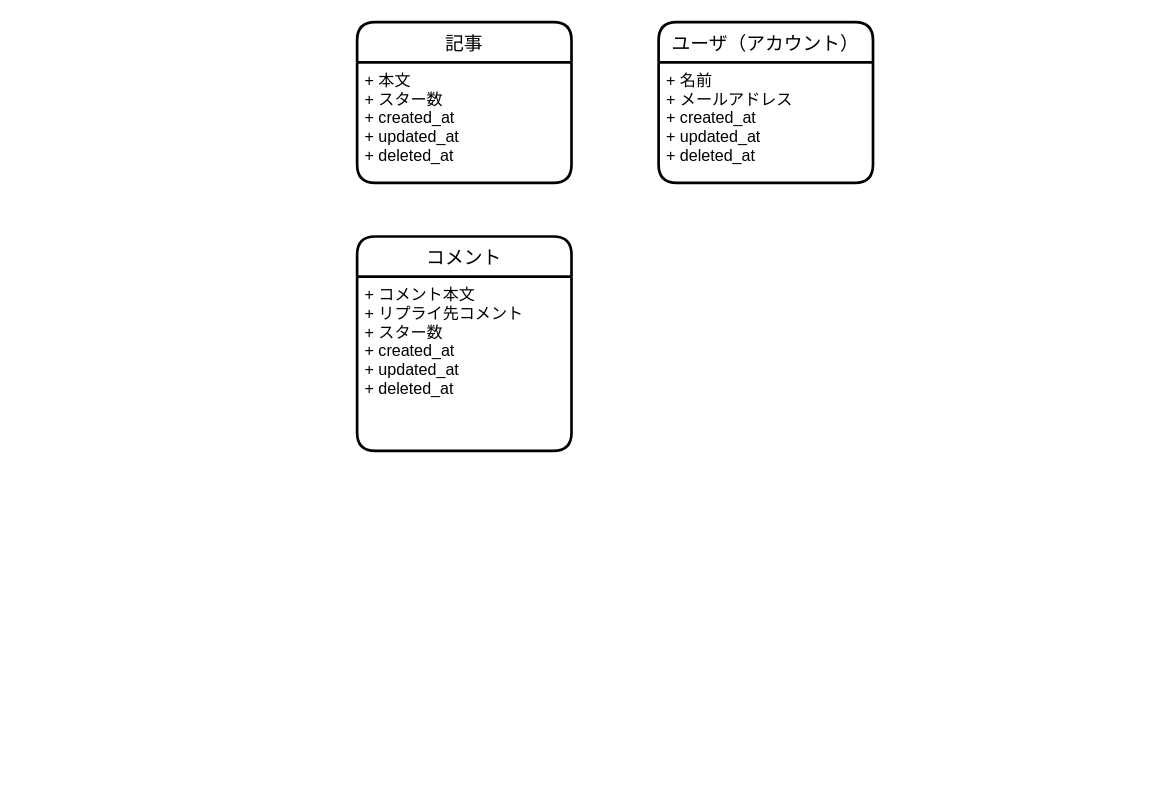
The draw.io diagram page "ページ2" (2 of 2) of docs/ER_diagram.drawio in maguroguma/mablog, before the edit. Source tidied: cells renumbered, new cells numbered last; positions are measured from the earlier drawing's top-left corner, leaving out a move shared by most shapes. Both pictures are drawn from the tidied source at 134%, with x=0, y=0 at pixel (356, 21).
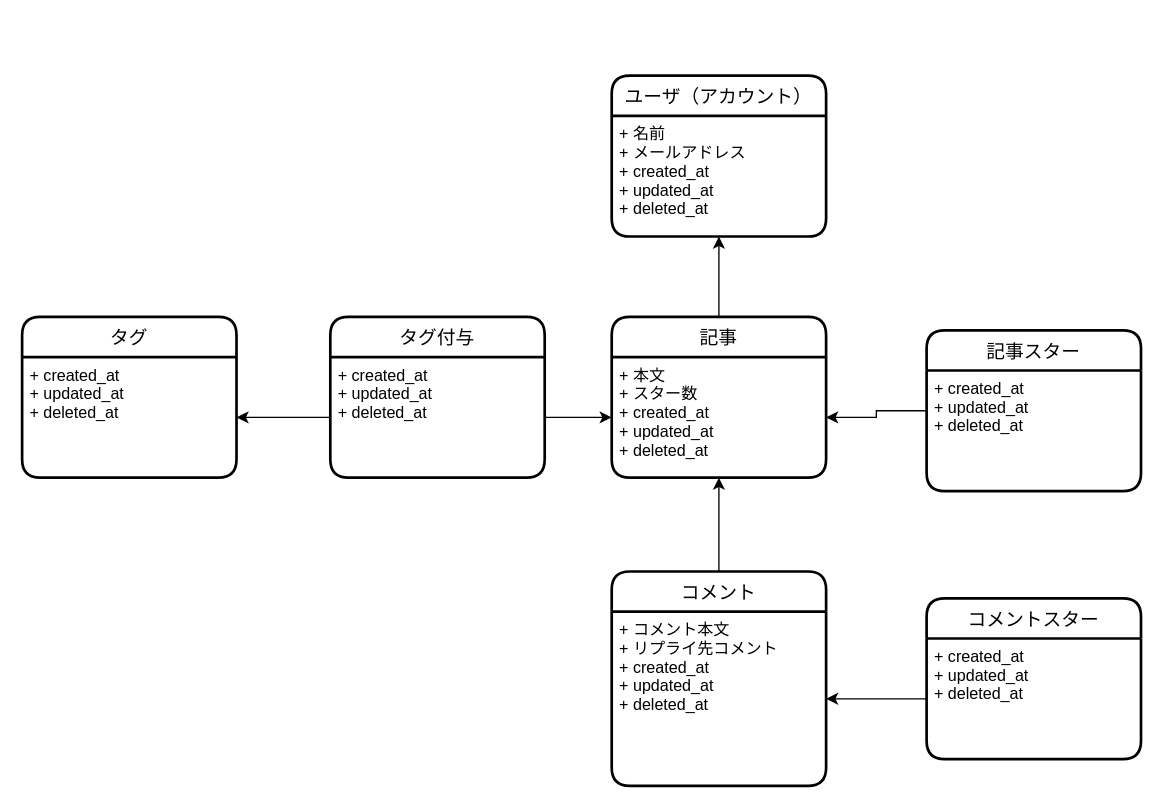
The same diagram, later.

Commit message:
ER_diagram.drawio を更新します

The change refers to these unchanged cells:
```xml
<mxCell id="3" value="+ 本文&#10;+ スター数&#10;+ created_at&#10;+ updated_at&#10;+ deleted_at" style="align=left;strokeColor=none;fillColor=none;spacingLeft=4;fontSize=12;verticalAlign=top;" parent="2" vertex="1">
  <mxGeometry y="30" width="160" height="90" as="geometry" />
</mxCell>
<mxCell id="5" value="+ 名前&#10;+ メールアドレス&#10;+ created_at&#10;+ updated_at&#10;+ deleted_at" style="align=left;strokeColor=none;fillColor=none;spacingLeft=4;fontSize=12;verticalAlign=top;" parent="4" vertex="1">
  <mxGeometry y="30" width="160" height="90" as="geometry" />
</mxCell>
```

What changed in the source:
```diff
@@
     <mxCell id="2" value="記事" style="swimlane;horizontal=1;startSize=30;rounded=1;fontSize=14;fontStyle=0;strokeWidth=2;shadow=0;dashed=0;align=center;" parent="1" vertex="1">
-      <mxGeometry width="160" height="120" as="geometry" />
+      <mxGeometry x="190" y="220" width="160" height="120" as="geometry" />
     </mxCell>
@@
     <mxCell id="4" value="ユーザ（アカウント）" style="swimlane;horizontal=1;startSize=30;rounded=1;fontSize=14;fontStyle=0;strokeWidth=2;shadow=0;dashed=0;align=center;" parent="1" vertex="1">
-      <mxGeometry x="225" width="160" height="120" as="geometry" />
+      <mxGeometry x="190" y="40" width="160" height="120" as="geometry" />
     </mxCell>
@@
+    <mxCell id="8" style="edgeStyle=orthogonalEdgeStyle;rounded=0;jettySize=auto;html=1;" parent="1" edge="1" source="6" target="3">
+      <mxGeometry relative="1" as="geometry" />
+    </mxCell>
     <mxCell id="6" value="コメント" style="swimlane;horizontal=1;startSize=30;rounded=1;fontSize=14;fontStyle=0;strokeWidth=2;shadow=0;dashed=0;align=center;" parent="1" vertex="1">
-      <mxGeometry y="160" width="160" height="160" as="geometry" />
+      <mxGeometry x="190" y="410" width="160" height="160" as="geometry" />
     </mxCell>
-    <mxCell id="7" value="+ コメント本文&#10;+ リプライ先コメント&#10;+ スター数&#10;+ created_at&#10;+ updated_at&#10;+ deleted_at" style="align=left;strokeColor=none;fillColor=none;spacingLeft=4;fontSize=12;verticalAlign=top;" parent="6" vertex="1">
+    <mxCell id="7" value="+ コメント本文&#10;+ リプライ先コメント&#10;+ created_at&#10;+ updated_at&#10;+ deleted_at" style="align=left;strokeColor=none;fillColor=none;spacingLeft=4;fontSize=12;verticalAlign=top;" parent="6" vertex="1">
       <mxGeometry y="30" width="160" height="130" as="geometry" />
     </mxCell>
+    <mxCell id="9" style="edgeStyle=orthogonalEdgeStyle;rounded=0;jettySize=auto;html=1;" parent="1" edge="1" source="10" target="3">
+      <mxGeometry relative="1" as="geometry" />
+    </mxCell>
+    <mxCell id="10" value="記事スター" style="swimlane;horizontal=1;startSize=30;rounded=1;fontSize=14;fontStyle=0;strokeWidth=2;shadow=0;dashed=0;align=center;" parent="1" vertex="1">
+      <mxGeometry x="425" y="230" width="160" height="120" as="geometry" />
+    </mxCell>
+    <mxCell id="11" value="+ created_at&#10;+ updated_at&#10;+ deleted_at" style="align=left;strokeColor=none;fillColor=none;spacingLeft=4;fontSize=12;verticalAlign=top;" parent="10" vertex="1">
+      <mxGeometry y="30" width="160" height="90" as="geometry" />
+    </mxCell>
+    <mxCell id="12" value="コメントスター" style="swimlane;horizontal=1;startSize=30;rounded=1;fontSize=14;fontStyle=0;strokeWidth=2;shadow=0;dashed=0;align=center;" parent="1" vertex="1">
+      <mxGeometry x="425" y="430" width="160" height="120" as="geometry" />
+    </mxCell>
+    <mxCell id="13" value="+ created_at&#10;+ updated_at&#10;+ deleted_at" style="align=left;strokeColor=none;fillColor=none;spacingLeft=4;fontSize=12;verticalAlign=top;" parent="12" vertex="1">
+      <mxGeometry y="30" width="160" height="90" as="geometry" />
+    </mxCell>
+    <mxCell id="14" style="endArrow=classic;html=1;rounded=0;exitX=0.5;exitY=0;exitDx=0;exitDy=0;entryX=0.5;entryY=1;entryDx=0;entryDy=0;" parent="1" edge="1" source="2" target="5">
+      <mxGeometry relative="1" as="geometry" />
+    </mxCell>
+    <mxCell id="15" style="edgeStyle=orthogonalEdgeStyle;rounded=0;jettySize=auto;html=1;" parent="1" edge="1" source="13" target="7">
+      <mxGeometry relative="1" as="geometry" />
+    </mxCell>
+    <mxCell id="16" value="タグ" style="swimlane;horizontal=1;startSize=30;rounded=1;fontSize=14;fontStyle=0;strokeWidth=2;shadow=0;dashed=0;align=center;" parent="1" vertex="1">
+      <mxGeometry x="-250" y="220" width="160" height="120" as="geometry" />
+    </mxCell>
+    <mxCell id="17" value="+ created_at&#10;+ updated_at&#10;+ deleted_at" style="align=left;strokeColor=none;fillColor=none;spacingLeft=4;fontSize=12;verticalAlign=top;" parent="16" vertex="1">
+      <mxGeometry y="30" width="160" height="90" as="geometry" />
+    </mxCell>
+    <mxCell id="18" value="タグ付与" style="swimlane;horizontal=1;startSize=30;rounded=1;fontSize=14;fontStyle=0;strokeWidth=2;shadow=0;dashed=0;align=center;" parent="1" vertex="1">
+      <mxGeometry x="-20" y="220" width="160" height="120" as="geometry" />
+    </mxCell>
+    <mxCell id="19" value="+ created_at&#10;+ updated_at&#10;+ deleted_at" style="align=left;strokeColor=none;fillColor=none;spacingLeft=4;fontSize=12;verticalAlign=top;" parent="18" vertex="1">
+      <mxGeometry y="30" width="160" height="90" as="geometry" />
+    </mxCell>
+    <mxCell id="20" style="edgeStyle=orthogonalEdgeStyle;rounded=0;jettySize=auto;html=1;" parent="1" edge="1" source="19" target="17">
+      <mxGeometry relative="1" as="geometry" />
+    </mxCell>
+    <mxCell id="21" style="edgeStyle=orthogonalEdgeStyle;rounded=0;jettySize=auto;html=1;" parent="1" edge="1" source="19" target="3">
+      <mxGeometry relative="1" as="geometry" />
+    </mxCell>
```
